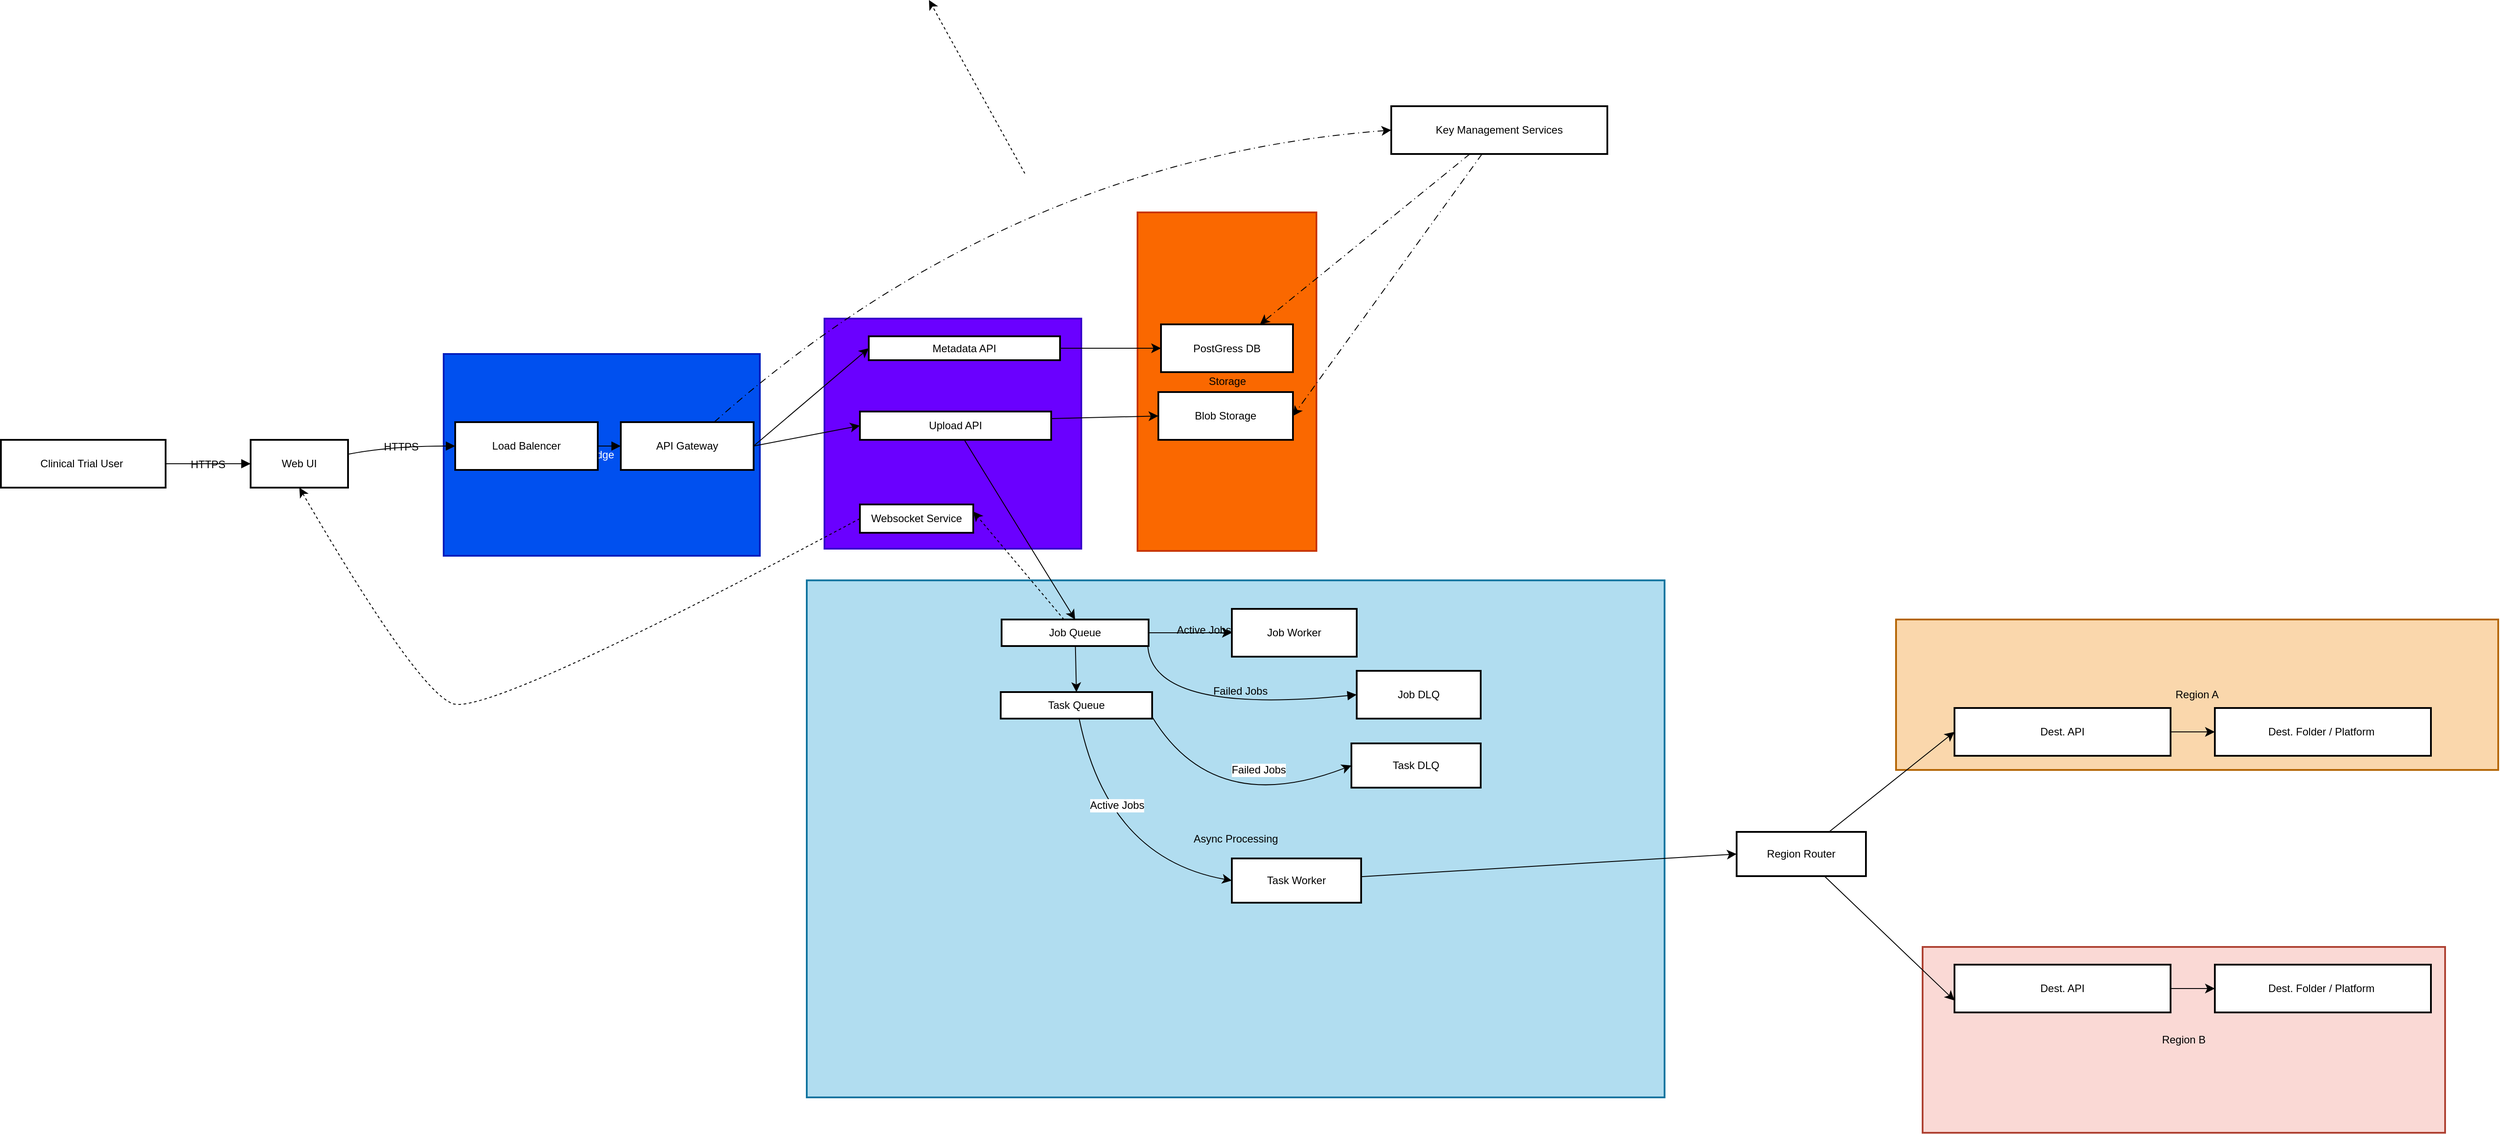
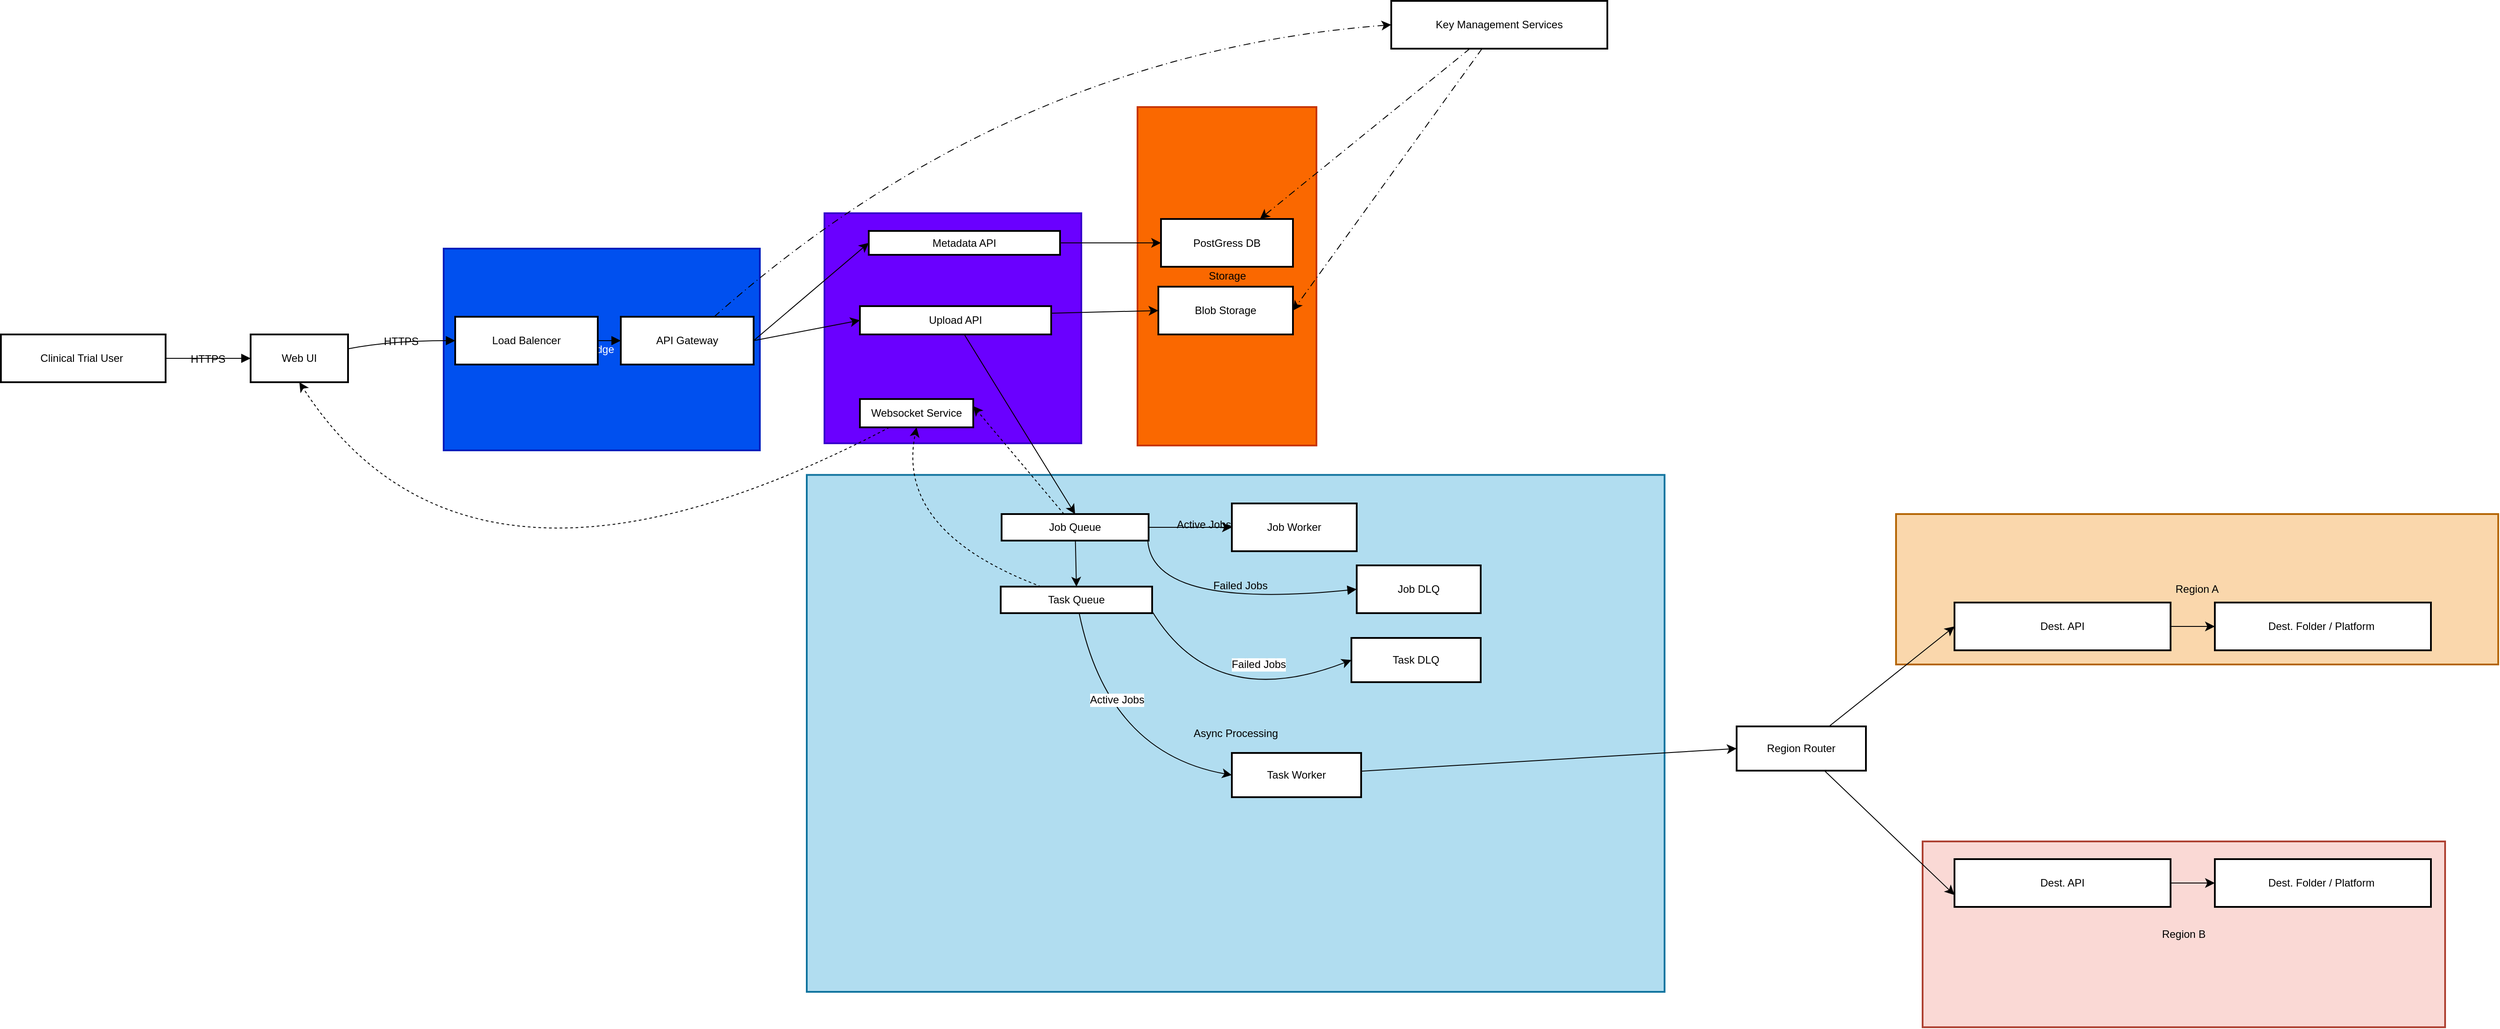
<mxfile host="app.diagrams.net">
  <diagram name="Overall-Diagram" id="Xauzskn0iYLa3f8TggF1">
    <mxGraphModel dx="1984" dy="2451" grid="1" gridSize="10" guides="1" tooltips="1" connect="1" arrows="1" fold="1" page="1" pageScale="1" pageWidth="850" pageHeight="1100" background="none" math="0" shadow="0">
      <root>
        <mxCell id="0" />
        <mxCell id="1" parent="0" />
        <mxCell id="tPvMw2njpGqdJi2HAjV1-28" parent="1" style="whiteSpace=wrap;strokeWidth=2;rounded=0;labelBackgroundColor=none;fillColor=#fad9d5;strokeColor=#ae4132;" value="Region B" vertex="1">
          <mxGeometry height="210" width="590" x="2270" y="750" as="geometry" />
        </mxCell>
        <mxCell id="tPvMw2njpGqdJi2HAjV1-27" parent="1" style="whiteSpace=wrap;strokeWidth=2;rounded=0;labelBackgroundColor=none;fillColor=#fad7ac;strokeColor=#b46504;" value="Region A" vertex="1">
          <mxGeometry height="170" width="680" x="2240" y="380" as="geometry" />
        </mxCell>
        <mxCell id="LGeiLnGPZ_kJypGg9XhN-2" parent="1" style="whiteSpace=wrap;strokeWidth=2;rounded=0;labelBackgroundColor=none;fillColor=#b1ddf0;strokeColor=#10739e;aspect=fixed;" value="Async Processing" vertex="1">
          <mxGeometry height="584.25" width="968.63" x="1010" y="335.75" as="geometry" />
        </mxCell>
        <mxCell id="LGeiLnGPZ_kJypGg9XhN-39" edge="1" parent="1" source="LGeiLnGPZ_kJypGg9XhN-14" style="curved=1;startArrow=none;endArrow=block;exitX=1;exitY=0.5;entryX=0;entryY=0.5;rounded=0;fontSize=12;startSize=8;endSize=8;exitDx=0;exitDy=0;labelBackgroundColor=none;fontColor=default;" target="LGeiLnGPZ_kJypGg9XhN-21" value="Failed Jobs">
          <mxGeometry relative="1" x="0.2549" y="18" as="geometry">
            <mxPoint as="offset" />
            <Array as="points">
              <mxPoint x="1380" y="490" />
            </Array>
          </mxGeometry>
        </mxCell>
        <mxCell id="LGeiLnGPZ_kJypGg9XhN-4" parent="1" style="whiteSpace=wrap;strokeWidth=2;rounded=0;labelBackgroundColor=none;fillColor=#6a00ff;fontColor=#ffffff;strokeColor=#3700CC;" value="API Services" vertex="1">
          <mxGeometry height="260" width="290" x="1030" y="40" as="geometry" />
        </mxCell>
        <mxCell id="LGeiLnGPZ_kJypGg9XhN-3" parent="1" style="whiteSpace=wrap;strokeWidth=2;rounded=0;labelBackgroundColor=none;fillColor=#fa6800;fontColor=#000000;strokeColor=#C73500;" value="Storage" vertex="1">
          <mxGeometry height="382.5" width="202" x="1383.5" y="-80" as="geometry" />
        </mxCell>
        <mxCell id="LGeiLnGPZ_kJypGg9XhN-5" parent="1" style="whiteSpace=wrap;strokeWidth=2;rounded=0;labelBackgroundColor=none;fillColor=#0050ef;fontColor=#ffffff;strokeColor=#001DBC;" value="Edge" vertex="1">
          <mxGeometry height="228" width="357" x="600" y="80" as="geometry" />
        </mxCell>
        <mxCell id="LGeiLnGPZ_kJypGg9XhN-6" parent="1" style="whiteSpace=wrap;strokeWidth=2;rounded=0;labelBackgroundColor=none;" value="Clinical Trial User " vertex="1">
          <mxGeometry height="54" width="186" x="100" y="177" as="geometry" />
        </mxCell>
        <mxCell id="LGeiLnGPZ_kJypGg9XhN-7" parent="1" style="whiteSpace=wrap;strokeWidth=2;rounded=0;labelBackgroundColor=none;" value="Web UI" vertex="1">
          <mxGeometry height="54" width="110" x="382" y="177" as="geometry" />
        </mxCell>
        <mxCell id="LGeiLnGPZ_kJypGg9XhN-8" parent="1" style="whiteSpace=wrap;strokeWidth=2;rounded=0;labelBackgroundColor=none;" value="Load Balencer" vertex="1">
          <mxGeometry height="54" width="161" x="613" y="157" as="geometry" />
        </mxCell>
        <mxCell id="ijDLy2rUQYNMrnhEq9o_-15" edge="1" parent="1" source="LGeiLnGPZ_kJypGg9XhN-9" style="edgeStyle=none;curved=1;rounded=0;orthogonalLoop=1;jettySize=auto;html=1;fontSize=12;startSize=8;endSize=8;entryX=0;entryY=0.5;entryDx=0;entryDy=0;labelBackgroundColor=none;fontColor=default;exitX=1;exitY=0.5;exitDx=0;exitDy=0;" target="LGeiLnGPZ_kJypGg9XhN-10">
          <mxGeometry relative="1" as="geometry">
            <mxPoint x="1059.9999999999998" y="229.99999999999977" as="targetPoint" />
          </mxGeometry>
        </mxCell>
-         <mxCell id="ijDLy2rUQYNMrnhEq9o_-16" edge="1" parent="1" source="LGeiLnGPZ_kJypGg9XhN-7" style="edgeStyle=none;curved=1;rounded=0;orthogonalLoop=1;jettySize=auto;html=1;entryX=0;entryY=0.5;entryDx=0;entryDy=0;fontSize=12;startSize=8;endSize=8;exitX=0.5;exitY=1;exitDx=0;exitDy=0;startArrow=classic;startFill=1;endArrow=none;endFill=0;dashed=1;" target="LGeiLnGPZ_kJypGg9XhN-18">
-           <mxGeometry relative="1" as="geometry">
-             <Array as="points">
-               <mxPoint x="570" y="460" />
-               <mxPoint x="650" y="490" />
-             </Array>
-             <mxPoint x="960" y="180" as="sourcePoint" />
-           </mxGeometry>
-         </mxCell>
        <mxCell id="ijDLy2rUQYNMrnhEq9o_-17" edge="1" parent="1" source="LGeiLnGPZ_kJypGg9XhN-9" style="edgeStyle=none;curved=1;rounded=0;orthogonalLoop=1;jettySize=auto;html=1;entryX=0;entryY=0.5;entryDx=0;entryDy=0;fontSize=12;startSize=8;endSize=8;exitX=1;exitY=0.5;exitDx=0;exitDy=0;" target="LGeiLnGPZ_kJypGg9XhN-11">
          <mxGeometry relative="1" as="geometry">
            <mxPoint x="960" y="190" as="sourcePoint" />
          </mxGeometry>
        </mxCell>
        <mxCell id="tPvMw2njpGqdJi2HAjV1-17" edge="1" parent="1" source="LGeiLnGPZ_kJypGg9XhN-9" style="edgeStyle=none;curved=1;rounded=0;orthogonalLoop=1;jettySize=auto;html=1;entryX=0;entryY=0.5;entryDx=0;entryDy=0;fontSize=12;startSize=8;endSize=8;dashed=1;dashPattern=8 4 1 4;" target="LGeiLnGPZ_kJypGg9XhN-20">
          <mxGeometry relative="1" as="geometry">
            <Array as="points">
              <mxPoint x="1240" y="-140" />
            </Array>
          </mxGeometry>
        </mxCell>
        <mxCell id="LGeiLnGPZ_kJypGg9XhN-9" parent="1" style="whiteSpace=wrap;strokeWidth=2;rounded=0;labelBackgroundColor=none;" value="API Gateway" vertex="1">
          <mxGeometry height="54" width="150" x="800" y="157" as="geometry" />
        </mxCell>
        <mxCell id="ijDLy2rUQYNMrnhEq9o_-19" edge="1" parent="1" source="LGeiLnGPZ_kJypGg9XhN-10" style="edgeStyle=none;curved=1;rounded=0;orthogonalLoop=1;jettySize=auto;html=1;entryX=0;entryY=0.5;entryDx=0;entryDy=0;fontSize=12;startSize=8;endSize=8;exitX=1;exitY=0.5;exitDx=0;exitDy=0;" target="LGeiLnGPZ_kJypGg9XhN-12">
          <mxGeometry relative="1" as="geometry" />
        </mxCell>
        <mxCell id="LGeiLnGPZ_kJypGg9XhN-10" parent="1" style="whiteSpace=wrap;strokeWidth=2;rounded=0;labelBackgroundColor=none;" value="Metadata API" vertex="1">
          <mxGeometry height="27" width="216" x="1080" y="60" as="geometry" />
        </mxCell>
        <mxCell id="ijDLy2rUQYNMrnhEq9o_-12" edge="1" parent="1" source="LGeiLnGPZ_kJypGg9XhN-11" style="edgeStyle=none;curved=1;rounded=0;orthogonalLoop=1;jettySize=auto;html=1;entryX=0;entryY=0.5;entryDx=0;entryDy=0;fontSize=12;startSize=8;endSize=8;exitX=1;exitY=0.25;exitDx=0;exitDy=0;labelBackgroundColor=none;fontColor=default;" target="LGeiLnGPZ_kJypGg9XhN-13">
          <mxGeometry relative="1" as="geometry" />
        </mxCell>
        <mxCell id="tPvMw2njpGqdJi2HAjV1-4" edge="1" parent="1" source="LGeiLnGPZ_kJypGg9XhN-11" style="edgeStyle=none;curved=1;rounded=0;orthogonalLoop=1;jettySize=auto;html=1;entryX=0.5;entryY=0;entryDx=0;entryDy=0;fontSize=12;startSize=8;endSize=8;" target="LGeiLnGPZ_kJypGg9XhN-14">
          <mxGeometry relative="1" as="geometry" />
        </mxCell>
        <mxCell id="LGeiLnGPZ_kJypGg9XhN-11" parent="1" style="whiteSpace=wrap;strokeWidth=2;rounded=0;labelBackgroundColor=none;" value="Upload API" vertex="1">
          <mxGeometry height="32" width="216" x="1070" y="145" as="geometry" />
        </mxCell>
        <mxCell id="ijDLy2rUQYNMrnhEq9o_-5" edge="1" parent="1" source="LGeiLnGPZ_kJypGg9XhN-14" style="edgeStyle=none;curved=1;rounded=0;orthogonalLoop=1;jettySize=auto;html=1;entryX=0;entryY=0.5;entryDx=0;entryDy=0;fontSize=12;startSize=8;endSize=8;labelBackgroundColor=none;fontColor=default;" target="LGeiLnGPZ_kJypGg9XhN-16">
          <mxGeometry relative="1" as="geometry" />
        </mxCell>
        <mxCell id="ijDLy2rUQYNMrnhEq9o_-6" connectable="0" parent="ijDLy2rUQYNMrnhEq9o_-5" style="edgeLabel;html=1;align=center;verticalAlign=middle;resizable=0;points=[];fontSize=12;rounded=0;labelBackgroundColor=none;" value="Active Jobs" vertex="1">
          <mxGeometry relative="1" x="0.3104" y="3" as="geometry">
            <mxPoint as="offset" />
          </mxGeometry>
        </mxCell>
        <mxCell id="ijDLy2rUQYNMrnhEq9o_-9" edge="1" parent="1" source="LGeiLnGPZ_kJypGg9XhN-14" style="edgeStyle=none;curved=1;rounded=0;orthogonalLoop=1;jettySize=auto;html=1;entryX=0.5;entryY=0;entryDx=0;entryDy=0;fontSize=12;startSize=8;endSize=8;labelBackgroundColor=none;fontColor=default;" target="LGeiLnGPZ_kJypGg9XhN-15">
          <mxGeometry relative="1" as="geometry" />
        </mxCell>
        <mxCell id="tPvMw2njpGqdJi2HAjV1-2" edge="1" parent="1" source="LGeiLnGPZ_kJypGg9XhN-14" style="edgeStyle=none;curved=1;rounded=0;orthogonalLoop=1;jettySize=auto;html=1;fontSize=12;startSize=8;endSize=8;entryX=1;entryY=0.25;entryDx=0;entryDy=0;dashed=1;" target="LGeiLnGPZ_kJypGg9XhN-18">
          <mxGeometry relative="1" as="geometry">
            <mxPoint x="1150" y="490" as="targetPoint" />
          </mxGeometry>
        </mxCell>
        <mxCell id="LGeiLnGPZ_kJypGg9XhN-14" parent="1" style="whiteSpace=wrap;strokeWidth=2;rounded=0;labelBackgroundColor=none;" value="Job Queue" vertex="1">
          <mxGeometry height="30" width="166" x="1230" y="380" as="geometry" />
        </mxCell>
        <mxCell id="tPvMw2njpGqdJi2HAjV1-1" edge="1" parent="1" style="edgeStyle=none;curved=1;rounded=0;orthogonalLoop=1;jettySize=auto;html=1;entryX=0;entryY=0.5;entryDx=0;entryDy=0;fontSize=12;startSize=8;endSize=8;" target="LGeiLnGPZ_kJypGg9XhN-22" value="Failed Jobs">
          <mxGeometry relative="1" x="0.337" y="33" as="geometry">
            <mxPoint as="offset" />
            <Array as="points">
              <mxPoint x="1470" y="605" />
            </Array>
            <mxPoint x="1400" y="490" as="sourcePoint" />
          </mxGeometry>
        </mxCell>
-         <mxCell id="tPvMw2njpGqdJi2HAjV1-3" edge="1" parent="1" style="edgeStyle=none;curved=1;rounded=0;orthogonalLoop=1;jettySize=auto;html=1;entryX=1;entryY=0.5;entryDx=0;entryDy=0;fontSize=12;startSize=8;endSize=8;dashed=1;">
-           <mxGeometry relative="1" as="geometry">
-             <mxPoint x="1256.2180094786731" y="-124" as="sourcePoint" />
-             <mxPoint x="1148" y="-320" as="targetPoint" />
-           </mxGeometry>
-         </mxCell>
        <mxCell id="tPvMw2njpGqdJi2HAjV1-22" edge="1" parent="1" source="LGeiLnGPZ_kJypGg9XhN-15" style="edgeStyle=none;curved=1;rounded=0;orthogonalLoop=1;jettySize=auto;html=1;entryX=0;entryY=0.5;entryDx=0;entryDy=0;fontSize=12;startSize=8;endSize=8;" target="LGeiLnGPZ_kJypGg9XhN-17" value="Active Jobs">
          <mxGeometry relative="1" x="-0.3112" y="22" as="geometry">
            <mxPoint as="offset" />
            <Array as="points">
              <mxPoint x="1350" y="650" />
            </Array>
          </mxGeometry>
        </mxCell>
+         <mxCell id="tPvMw2njpGqdJi2HAjV1-30" edge="1" parent="1" source="LGeiLnGPZ_kJypGg9XhN-15" style="edgeStyle=none;curved=1;rounded=0;orthogonalLoop=1;jettySize=auto;html=1;entryX=0.5;entryY=1;entryDx=0;entryDy=0;fontSize=12;startSize=8;endSize=8;dashed=1;" target="LGeiLnGPZ_kJypGg9XhN-18">
+           <mxGeometry relative="1" as="geometry">
+             <Array as="points">
+               <mxPoint x="1110" y="400" />
+             </Array>
+           </mxGeometry>
+         </mxCell>
        <mxCell id="LGeiLnGPZ_kJypGg9XhN-15" parent="1" style="whiteSpace=wrap;strokeWidth=2;rounded=0;labelBackgroundColor=none;" value="Task Queue" vertex="1">
          <mxGeometry height="30" width="171" x="1229" y="462" as="geometry" />
        </mxCell>
        <mxCell id="LGeiLnGPZ_kJypGg9XhN-16" parent="1" style="whiteSpace=wrap;strokeWidth=2;rounded=0;labelBackgroundColor=none;" value="Job Worker" vertex="1">
          <mxGeometry height="54" width="141" x="1490" y="368" as="geometry" />
        </mxCell>
        <mxCell id="tPvMw2njpGqdJi2HAjV1-11" edge="1" parent="1" source="LGeiLnGPZ_kJypGg9XhN-17" style="edgeStyle=none;curved=1;rounded=0;orthogonalLoop=1;jettySize=auto;html=1;entryX=0;entryY=0.5;entryDx=0;entryDy=0;fontSize=12;startSize=8;endSize=8;" target="tPvMw2njpGqdJi2HAjV1-6">
          <mxGeometry relative="1" as="geometry" />
        </mxCell>
        <mxCell id="LGeiLnGPZ_kJypGg9XhN-17" parent="1" style="whiteSpace=wrap;strokeWidth=2;rounded=0;labelBackgroundColor=none;" value="Task Worker" vertex="1">
          <mxGeometry height="50" width="146" x="1490" y="650" as="geometry" />
        </mxCell>
        <mxCell id="tPvMw2njpGqdJi2HAjV1-18" edge="1" parent="1" source="LGeiLnGPZ_kJypGg9XhN-20" style="edgeStyle=none;curved=1;rounded=0;orthogonalLoop=1;jettySize=auto;html=1;entryX=0.75;entryY=0;entryDx=0;entryDy=0;fontSize=12;startSize=8;endSize=8;dashed=1;dashPattern=8 4 1 4;" target="LGeiLnGPZ_kJypGg9XhN-12">
          <mxGeometry relative="1" as="geometry" />
        </mxCell>
        <mxCell id="tPvMw2njpGqdJi2HAjV1-19" edge="1" parent="1" source="LGeiLnGPZ_kJypGg9XhN-20" style="edgeStyle=none;curved=1;rounded=0;orthogonalLoop=1;jettySize=auto;html=1;entryX=1;entryY=0.5;entryDx=0;entryDy=0;fontSize=12;startSize=8;endSize=8;dashed=1;dashPattern=8 4 1 4;" target="LGeiLnGPZ_kJypGg9XhN-13">
          <mxGeometry relative="1" as="geometry" />
        </mxCell>
        <mxCell id="LGeiLnGPZ_kJypGg9XhN-20" parent="1" style="whiteSpace=wrap;strokeWidth=2;rounded=0;labelBackgroundColor=none;" value="Key Management Services" vertex="1">
          <mxGeometry height="54" width="244" x="1670" y="-200" as="geometry" />
        </mxCell>
        <mxCell id="LGeiLnGPZ_kJypGg9XhN-21" parent="1" style="whiteSpace=wrap;strokeWidth=2;rounded=0;labelBackgroundColor=none;" value="Job DLQ" vertex="1">
          <mxGeometry height="54" width="140" x="1631" y="438" as="geometry" />
        </mxCell>
        <mxCell id="LGeiLnGPZ_kJypGg9XhN-22" parent="1" style="whiteSpace=wrap;strokeWidth=2;rounded=0;labelBackgroundColor=none;" value="Task DLQ" vertex="1">
          <mxGeometry height="50" width="146" x="1625" y="520" as="geometry" />
        </mxCell>
        <mxCell id="LGeiLnGPZ_kJypGg9XhN-23" edge="1" parent="1" source="LGeiLnGPZ_kJypGg9XhN-6" style="curved=1;startArrow=none;endArrow=block;exitX=1;exitY=0.5;entryX=0;entryY=0.5;rounded=0;fontSize=12;startSize=8;endSize=8;labelBackgroundColor=none;fontColor=default;" target="LGeiLnGPZ_kJypGg9XhN-7" value="HTTPS">
          <mxGeometry relative="1" as="geometry">
            <Array as="points" />
          </mxGeometry>
        </mxCell>
        <mxCell id="LGeiLnGPZ_kJypGg9XhN-24" edge="1" parent="1" source="LGeiLnGPZ_kJypGg9XhN-7" style="curved=1;startArrow=none;endArrow=block;exitX=1;exitY=0.3;entryX=0;entryY=0.5;rounded=0;fontSize=12;startSize=8;endSize=8;labelBackgroundColor=none;fontColor=default;" target="LGeiLnGPZ_kJypGg9XhN-8" value="HTTPS">
          <mxGeometry relative="1" as="geometry">
            <Array as="points">
              <mxPoint x="540" y="184" />
            </Array>
          </mxGeometry>
        </mxCell>
        <mxCell id="LGeiLnGPZ_kJypGg9XhN-35" edge="1" parent="1" source="LGeiLnGPZ_kJypGg9XhN-8" style="curved=1;startArrow=none;endArrow=block;exitX=1;exitY=0.5;entryX=0;entryY=0.5;rounded=0;fontSize=12;startSize=8;endSize=8;labelBackgroundColor=none;fontColor=default;" target="LGeiLnGPZ_kJypGg9XhN-9" value="">
          <mxGeometry relative="1" as="geometry">
            <Array as="points" />
+           </mxGeometry>
+         </mxCell>
+         <mxCell id="tPvMw2njpGqdJi2HAjV1-29" edge="1" parent="1" source="LGeiLnGPZ_kJypGg9XhN-18" style="edgeStyle=none;curved=1;rounded=0;orthogonalLoop=1;jettySize=auto;html=1;entryX=0.5;entryY=1;entryDx=0;entryDy=0;fontSize=12;startSize=8;endSize=8;dashed=1;" target="LGeiLnGPZ_kJypGg9XhN-7">
+           <mxGeometry relative="1" as="geometry">
+             <Array as="points">
+               <mxPoint x="630" y="530" />
+             </Array>
          </mxGeometry>
        </mxCell>
        <mxCell id="LGeiLnGPZ_kJypGg9XhN-18" parent="1" style="whiteSpace=wrap;strokeWidth=2;rounded=0;labelBackgroundColor=none;" value="Websocket Service" vertex="1">
          <mxGeometry height="32" width="128" x="1070" y="250" as="geometry" />
        </mxCell>
        <mxCell id="LGeiLnGPZ_kJypGg9XhN-13" parent="1" style="whiteSpace=wrap;strokeWidth=2;rounded=0;labelBackgroundColor=none;" value="Blob Storage" vertex="1">
          <mxGeometry height="54" width="152" x="1407" y="123" as="geometry" />
        </mxCell>
        <mxCell id="LGeiLnGPZ_kJypGg9XhN-12" parent="1" style="whiteSpace=wrap;strokeWidth=2;rounded=0;labelBackgroundColor=none;" value="PostGress DB" vertex="1">
          <mxGeometry height="54" width="149" x="1410" y="46.5" as="geometry" />
        </mxCell>
        <mxCell id="tPvMw2njpGqdJi2HAjV1-12" edge="1" parent="1" source="tPvMw2njpGqdJi2HAjV1-6" style="edgeStyle=none;curved=1;rounded=0;orthogonalLoop=1;jettySize=auto;html=1;entryX=0;entryY=0.5;entryDx=0;entryDy=0;fontSize=12;startSize=8;endSize=8;" target="tPvMw2njpGqdJi2HAjV1-8">
          <mxGeometry relative="1" as="geometry" />
        </mxCell>
        <mxCell id="tPvMw2njpGqdJi2HAjV1-13" edge="1" parent="1" source="tPvMw2njpGqdJi2HAjV1-6" style="edgeStyle=none;curved=1;rounded=0;orthogonalLoop=1;jettySize=auto;html=1;entryX=0;entryY=0.75;entryDx=0;entryDy=0;fontSize=12;startSize=8;endSize=8;" target="tPvMw2njpGqdJi2HAjV1-10">
          <mxGeometry relative="1" as="geometry" />
        </mxCell>
        <mxCell id="tPvMw2njpGqdJi2HAjV1-6" parent="1" style="whiteSpace=wrap;strokeWidth=2;rounded=0;labelBackgroundColor=none;" value="Region Router" vertex="1">
          <mxGeometry height="50" width="146" x="2060" y="620" as="geometry" />
        </mxCell>
        <mxCell id="tPvMw2njpGqdJi2HAjV1-7" parent="1" style="whiteSpace=wrap;strokeWidth=2;rounded=0;labelBackgroundColor=none;" value="Dest. Folder / Platform " vertex="1">
          <mxGeometry height="54" width="244" x="2600" y="480" as="geometry" />
        </mxCell>
        <mxCell id="tPvMw2njpGqdJi2HAjV1-15" edge="1" parent="1" source="tPvMw2njpGqdJi2HAjV1-8" style="edgeStyle=none;curved=1;rounded=0;orthogonalLoop=1;jettySize=auto;html=1;fontSize=12;startSize=8;endSize=8;" target="tPvMw2njpGqdJi2HAjV1-7" value="">
          <mxGeometry relative="1" as="geometry" />
        </mxCell>
        <mxCell id="tPvMw2njpGqdJi2HAjV1-8" parent="1" style="whiteSpace=wrap;strokeWidth=2;rounded=0;labelBackgroundColor=none;" value="Dest. API" vertex="1">
          <mxGeometry height="54" width="244" x="2306" y="480" as="geometry" />
        </mxCell>
        <mxCell id="tPvMw2njpGqdJi2HAjV1-9" parent="1" style="whiteSpace=wrap;strokeWidth=2;rounded=0;labelBackgroundColor=none;" value="Dest. Folder / Platform " vertex="1">
          <mxGeometry height="54" width="244" x="2600" y="770" as="geometry" />
        </mxCell>
        <mxCell id="tPvMw2njpGqdJi2HAjV1-16" edge="1" parent="1" source="tPvMw2njpGqdJi2HAjV1-10" style="edgeStyle=none;curved=1;rounded=0;orthogonalLoop=1;jettySize=auto;html=1;fontSize=12;startSize=8;endSize=8;" target="tPvMw2njpGqdJi2HAjV1-9" value="">
          <mxGeometry relative="1" as="geometry" />
        </mxCell>
        <mxCell id="tPvMw2njpGqdJi2HAjV1-10" parent="1" style="whiteSpace=wrap;strokeWidth=2;rounded=0;labelBackgroundColor=none;" value="Dest. API" vertex="1">
          <mxGeometry height="54" width="244" x="2306" y="770" as="geometry" />
        </mxCell>
      </root>
    </mxGraphModel>
  </diagram>
</mxfile>
